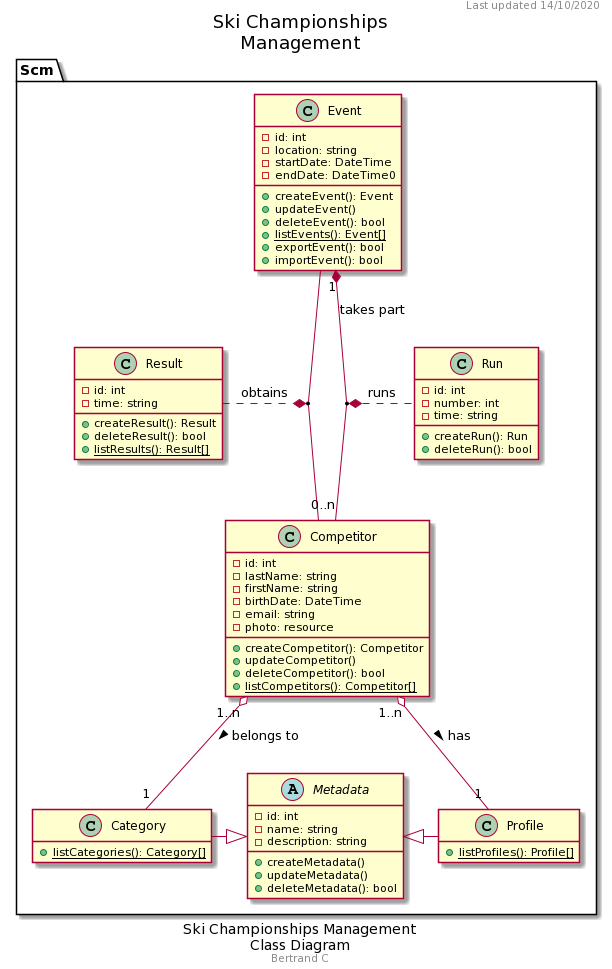
Above: docs/diagrams/out/Ski Championship Management/Ski Championships Management Class Diagram.png in bcheronn/ski-championships-management (PlantUML), before the change.
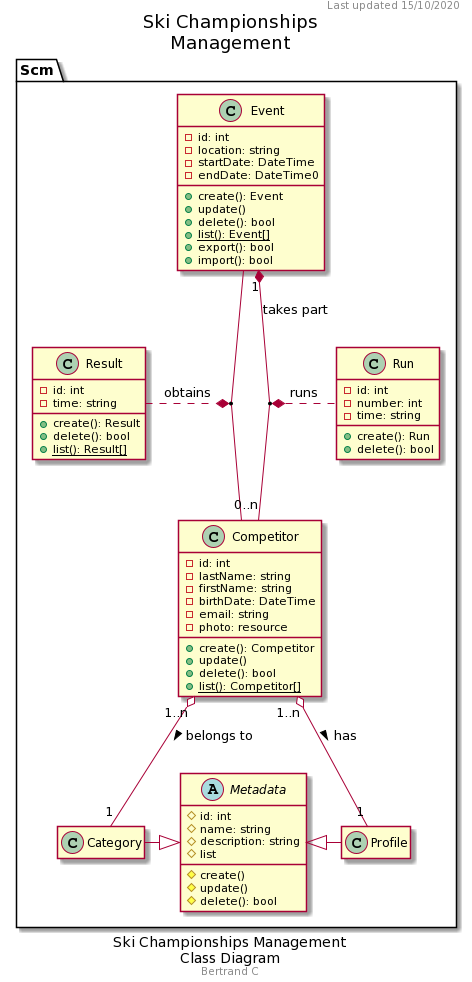
The same file after the commit.

Commit message:
Class diagram update (renaming method, abstract class)

Change to the diagram source:
```diff
@@ -2,7 +2,7 @@
 hide empty members
 caption Ski Championships Management\nClass Diagram
 footer Bertrand C
-header Last updated 14/10/2020
+header Last updated 15/10/2020
 title Ski Championships\nManagement
 
 namespace Scm {
@@ -13,12 +13,12 @@
         -location: string
         -startDate: DateTime
         -endDate: DateTime0
-        +createEvent(): Event
-        +updateEvent()
-        +deleteEvent(): bool
-        +{static}listEvents(): Event[]
-        +exportEvent(): bool
-        +importEvent(): bool
+        +create(): Event
+        +update()
+        +delete(): bool
+        +{static}list(): Event[]
+        +export(): bool
+        +import(): bool
     }
 
     class Competitor
@@ -29,10 +29,10 @@
         -birthDate: DateTime
         -email: string
         -photo: resource
-        +createCompetitor(): Competitor
-        +updateCompetitor()
-        +deleteCompetitor(): bool
-        +{static}listCompetitors(): Competitor[]
+        +create(): Competitor
+        +update()
+        +delete(): bool
+        +{static}list(): Competitor[]
     }
 
     class Run
@@ -40,37 +40,36 @@
         -id: int
         -number: int
         -time: string
-        +createRun(): Run
-        +deleteRun(): bool
+        +create(): Run
+        +delete(): bool
     }
 
     class Result
     {
         -id: int
         -time: string
-        +createResult(): Result
-        +deleteResult(): bool
-        +{static}listResults(): Result[]
+        +create(): Result
+        +delete(): bool
+        +{static}list(): Result[]
     }
 
     abstract Metadata
     {
-        -id: int
-        -name: string
-        -description: string
-        +createMetadata()
-        +updateMetadata()
-        +deleteMetadata(): bool
+        #id: int
+        #name: string
+        #description: string
+        #create()
+        #update()
+        #delete(): bool
+        #list
     }
 
     class Category
     {
-        +{static}listCategories(): Category[]
     }
 
     class Profile
     {
-        +{static}listProfiles(): Profile[]
     }
 
     (Event, Competitor) "1" *.. "1" Result : obtains
```
